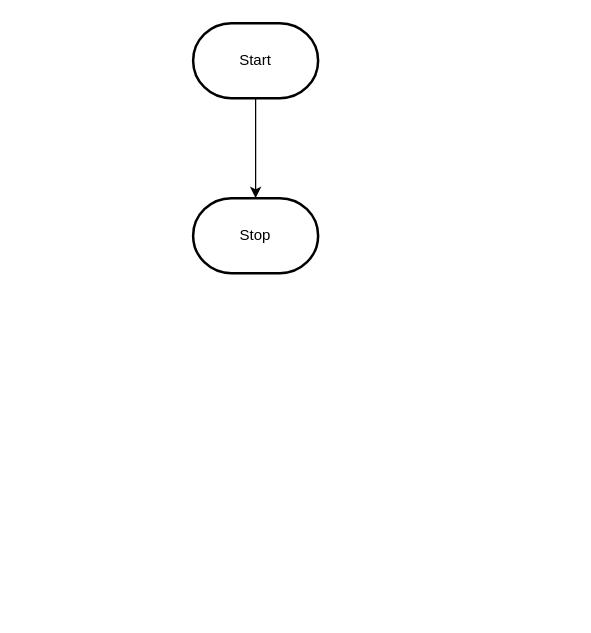
Before: design/flowchart.drawio in MTHS-ICS2O-2-2022/ICS2O-Unit-5-07-Mariam-Kasim, a draw.io diagram. Source tidied: cells renumbered, new cells numbered last; positions are measured from the earlier drawing's top-left corner, leaving out a move shared by most shapes. Both pictures are drawn from the tidied source at 125%, with x=0, y=0 at pixel (192, 22).
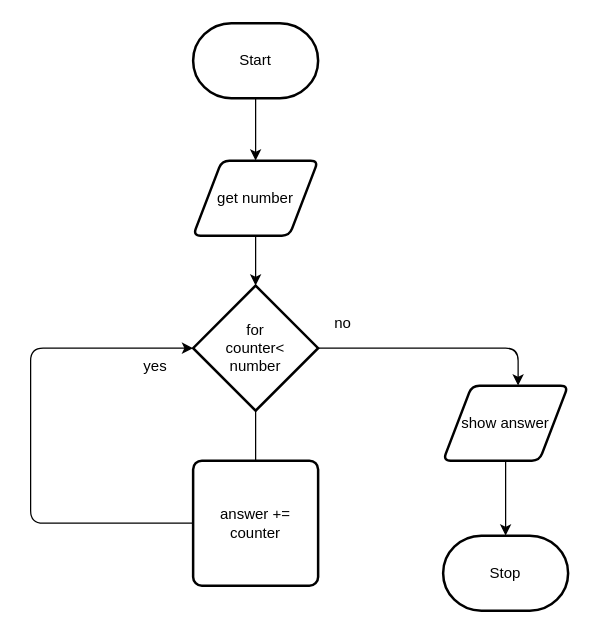
Above is the later version.

What changed in the source:
```diff
@@
 <mxGraphModel>
   <root>
     <mxCell id="0" />
     <mxCell id="1" parent="0" />
-    <mxCell id="2" style="edgeStyle=orthogonalEdgeStyle;html=1;rounded=0;" parent="1" edge="1" source="3" target="4">
-      <mxGeometry relative="1" as="geometry" />
-    </mxCell>
+    <mxCell id="5" style="edgeStyle=none;html=1;entryX=0.5;entryY=0;entryDx=0;entryDy=0;" parent="1" edge="1" source="3" target="2">
+      <mxGeometry relative="1" as="geometry" />
+    </mxCell>
     <mxCell id="3" value="Start" style="strokeWidth=2;html=1;shape=mxgraph.flowchart.terminator;whiteSpace=wrap;" parent="1" vertex="1">
       <mxGeometry width="100" height="60" as="geometry" />
     </mxCell>
     <mxCell id="4" value="Stop" style="strokeWidth=2;html=1;shape=mxgraph.flowchart.terminator;whiteSpace=wrap;" parent="1" vertex="1">
-      <mxGeometry y="140" width="100" height="60" as="geometry" />
+      <mxGeometry x="200" y="410" width="100" height="60" as="geometry" />
     </mxCell>
+    <mxCell id="6" style="edgeStyle=none;html=1;entryX=0.5;entryY=0;entryDx=0;entryDy=0;entryPerimeter=0;" parent="1" edge="1" source="2" target="9">
+      <mxGeometry relative="1" as="geometry" />
+    </mxCell>
+    <mxCell id="2" value="get number" style="shape=parallelogram;html=1;strokeWidth=2;perimeter=parallelogramPerimeter;whiteSpace=wrap;rounded=1;arcSize=12;size=0.23;" parent="1" vertex="1">
+      <mxGeometry y="110" width="100" height="60" as="geometry" />
+    </mxCell>
+    <mxCell id="7" style="edgeStyle=none;html=1;" parent="1" edge="1" source="9">
+      <mxGeometry relative="1" as="geometry">
+        <mxPoint x="260" y="290" as="targetPoint" />
+        <Array as="points">
+          <mxPoint x="260" y="260" />
+        </Array>
+      </mxGeometry>
+    </mxCell>
+    <mxCell id="8" style="edgeStyle=none;html=1;" parent="1" edge="1" source="9">
+      <mxGeometry relative="1" as="geometry">
+        <mxPoint x="50" y="410" as="targetPoint" />
+      </mxGeometry>
+    </mxCell>
+    <mxCell id="9" value="for&lt;br&gt;counter&amp;lt;&lt;br&gt;number" style="strokeWidth=2;html=1;shape=mxgraph.flowchart.decision;whiteSpace=wrap;" parent="1" vertex="1">
+      <mxGeometry y="210" width="100" height="100" as="geometry" />
+    </mxCell>
+    <mxCell id="10" style="edgeStyle=none;html=1;entryX=0.5;entryY=0;entryDx=0;entryDy=0;entryPerimeter=0;" parent="1" edge="1" source="11" target="4">
+      <mxGeometry relative="1" as="geometry" />
+    </mxCell>
+    <mxCell id="11" value="show answer" style="shape=parallelogram;html=1;strokeWidth=2;perimeter=parallelogramPerimeter;whiteSpace=wrap;rounded=1;arcSize=12;size=0.23;" parent="1" vertex="1">
+      <mxGeometry x="200" y="290" width="100" height="60" as="geometry" />
+    </mxCell>
+    <mxCell id="12" style="edgeStyle=none;html=1;entryX=0;entryY=0.5;entryDx=0;entryDy=0;entryPerimeter=0;" parent="1" edge="1" source="13" target="9">
+      <mxGeometry relative="1" as="geometry">
+        <Array as="points">
+          <mxPoint x="-130" y="400" />
+          <mxPoint x="-130" y="260" />
+        </Array>
+      </mxGeometry>
+    </mxCell>
+    <mxCell id="13" value="answer +=&lt;br&gt;counter" style="rounded=1;whiteSpace=wrap;html=1;absoluteArcSize=1;arcSize=14;strokeWidth=2;" parent="1" vertex="1">
+      <mxGeometry y="350" width="100" height="100" as="geometry" />
+    </mxCell>
+    <mxCell id="14" value="yes" style="text;strokeColor=none;align=center;fillColor=none;html=1;verticalAlign=middle;whiteSpace=wrap;rounded=0;" parent="1" vertex="1">
+      <mxGeometry x="-60" y="260" width="60" height="30" as="geometry" />
+    </mxCell>
+    <mxCell id="15" value="no" style="text;strokeColor=none;align=center;fillColor=none;html=1;verticalAlign=middle;whiteSpace=wrap;rounded=0;" parent="1" vertex="1">
+      <mxGeometry x="90" y="225" width="60" height="30" as="geometry" />
+    </mxCell>
   </root>
 </mxGraphModel>
```
